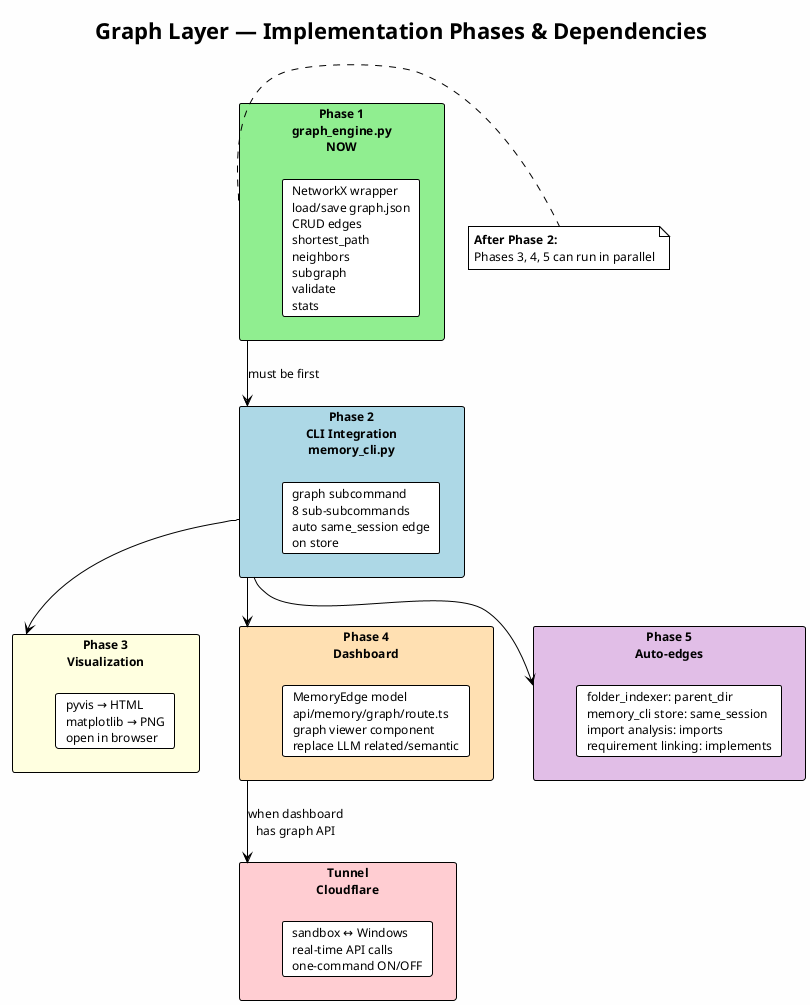
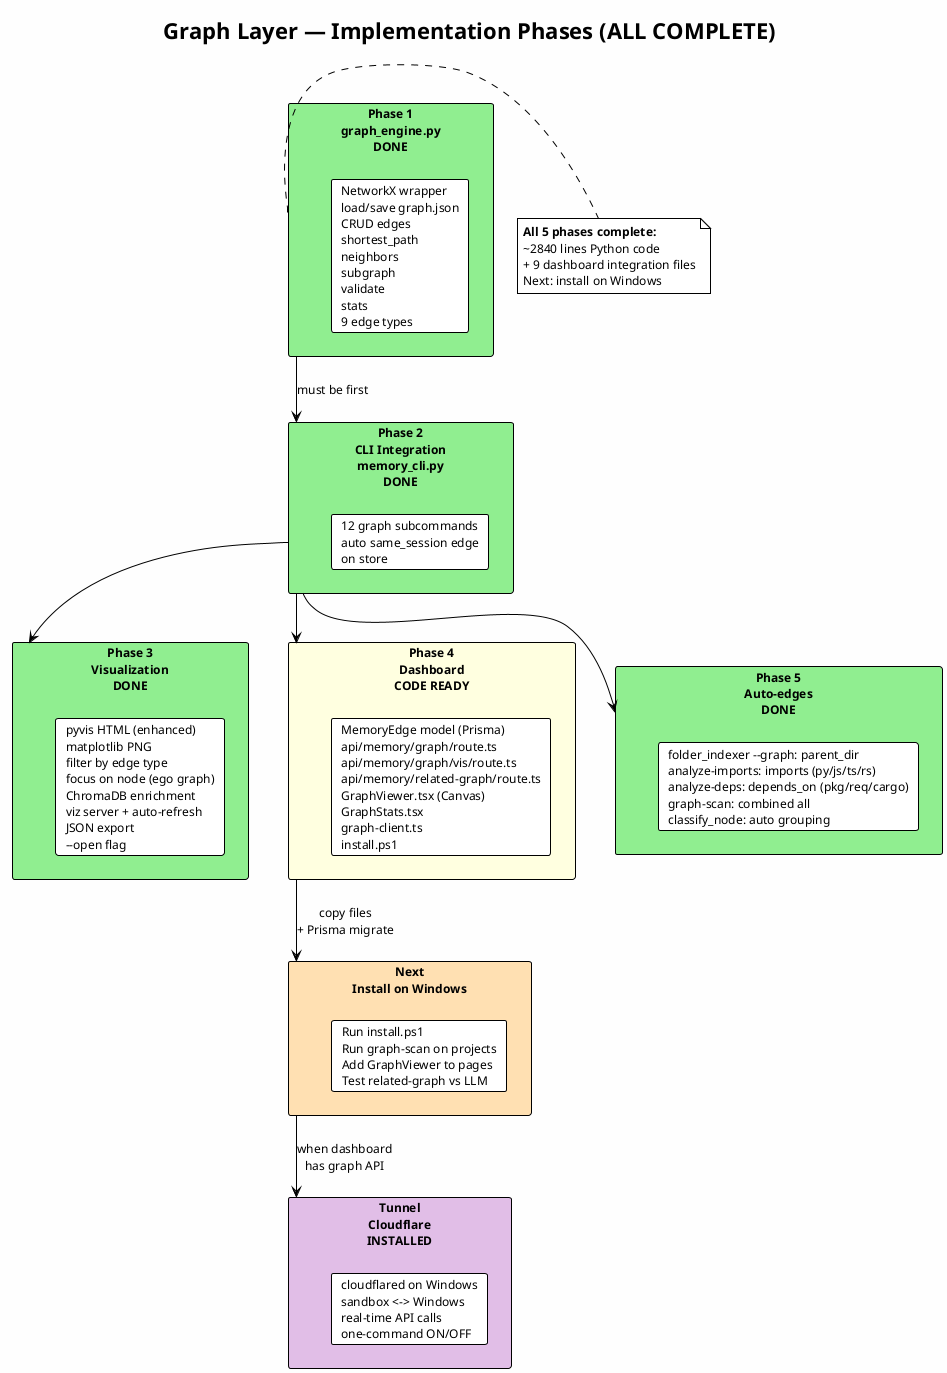
@startuml Graph Layer Phases
!theme plain
skinparam backgroundColor #FEFEFE
skinparam defaultFontSize 12

- title Graph Layer — Implementation Phases & Dependencies
+ title Graph Layer — Implementation Phases (ALL COMPLETE)

- rectangle "Phase 1\ngraph_engine.py\n**NOW**" as p1 #LightGreen {
-     card "NetworkX wrapper\nload/save graph.json\nCRUD edges\nshortest_path\nneighbors\nsubgraph\nvalidate\nstats" as p1_tasks
+ rectangle "Phase 1\ngraph_engine.py\n**DONE**" as p1 #LightGreen {
+     card "NetworkX wrapper\nload/save graph.json\nCRUD edges\nshortest_path\nneighbors\nsubgraph\nvalidate\nstats\n9 edge types" as p1_tasks
}

- rectangle "Phase 2\nCLI Integration\nmemory_cli.py" as p2 #LightBlue {
-     card "graph subcommand\n8 sub-subcommands\nauto same_session edge\non store" as p2_tasks
+ rectangle "Phase 2\nCLI Integration\nmemory_cli.py\n**DONE**" as p2 #LightGreen {
+     card "12 graph subcommands\nauto same_session edge\non store" as p2_tasks
}

- rectangle "Phase 3\nVisualization" as p3 #LightYellow {
-     card "pyvis → HTML\nmatplotlib → PNG\nopen in browser" as p3_tasks
+ rectangle "Phase 3\nVisualization\n**DONE**" as p3 #LightGreen {
+     card "pyvis HTML (enhanced)\nmatplotlib PNG\nfilter by edge type\nfocus on node (ego graph)\nChromaDB enrichment\nviz server + auto-refresh\nJSON export\n--open flag" as p3_tasks
}

- rectangle "Phase 4\nDashboard" as p4 #FFE0B2 {
-     card "MemoryEdge model\napi/memory/graph/route.ts\ngraph viewer component\nreplace LLM related/semantic" as p4_tasks
+ rectangle "Phase 4\nDashboard\n**CODE READY**" as p4 #LightYellow {
+     card "MemoryEdge model (Prisma)\napi/memory/graph/route.ts\napi/memory/graph/vis/route.ts\napi/memory/related-graph/route.ts\nGraphViewer.tsx (Canvas)\nGraphStats.tsx\ngraph-client.ts\ninstall.ps1" as p4_tasks
}

- rectangle "Phase 5\nAuto-edges" as p5 #E1BEE7 {
-     card "folder_indexer: parent_dir\nmemory_cli store: same_session\nimport analysis: imports\nrequirement linking: implements" as p5_tasks
+ rectangle "Phase 5\nAuto-edges\n**DONE**" as p5 #LightGreen {
+     card "folder_indexer --graph: parent_dir\nanalyze-imports: imports (py/js/ts/rs)\nanalyze-deps: depends_on (pkg/req/cargo)\ngraph-scan: combined all\nclassify_node: auto grouping" as p5_tasks
}

- rectangle "Tunnel\nCloudflare" as tunnel #FFCDD2 {
-     card "sandbox ↔ Windows\nreal-time API calls\none-command ON/OFF" as tunnel_tasks
+ rectangle "Next\nInstall on Windows" as next #FFE0B2 {
+     card "Run install.ps1\nRun graph-scan on projects\nAdd GraphViewer to pages\nTest related-graph vs LLM" as next_tasks
+ }
+ 
+ rectangle "Tunnel\nCloudflare\n**INSTALLED**" as tunnel #E1BEE7 {
+     card "cloudflared on Windows\nsandbox <-> Windows\nreal-time API calls\none-command ON/OFF" as tunnel_tasks
}

p1 -down-> p2 : "must be first"
p2 -down-> p3
p2 -down-> p4
p2 -down-> p5
- p4 -down-> tunnel : "when dashboard\nhas graph API"
+ p4 -down-> next : "copy files\n+ Prisma migrate"
+ next -down-> tunnel : "when dashboard\nhas graph API"

note right of p1
-   **After Phase 2:**
-   Phases 3, 4, 5 can run in parallel
+   **All 5 phases complete:**
+   ~2840 lines Python code
+   + 9 dashboard integration files
+   Next: install on Windows
end note

@enduml
